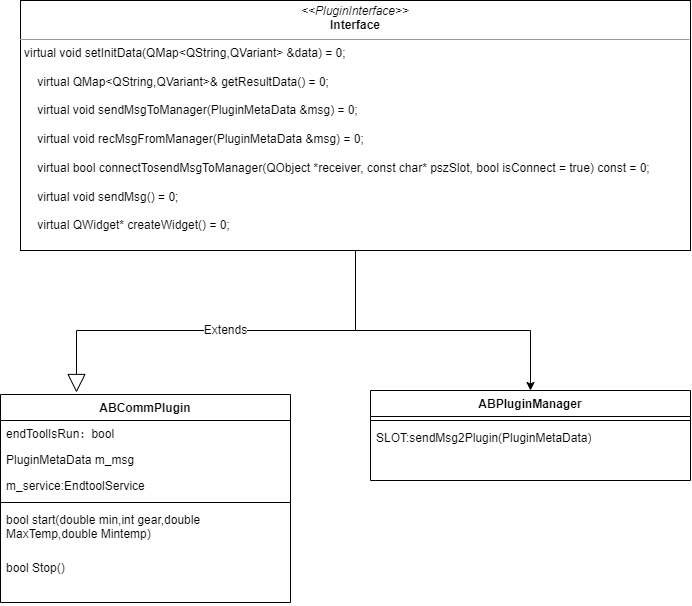
The draw.io diagram plugins.png in Durpe/Drawio, before a commit. Source tidied: cells renumbered, new cells last; positions are measured from the earlier drawing's top-left corner, leaving out a move shared by most shapes.
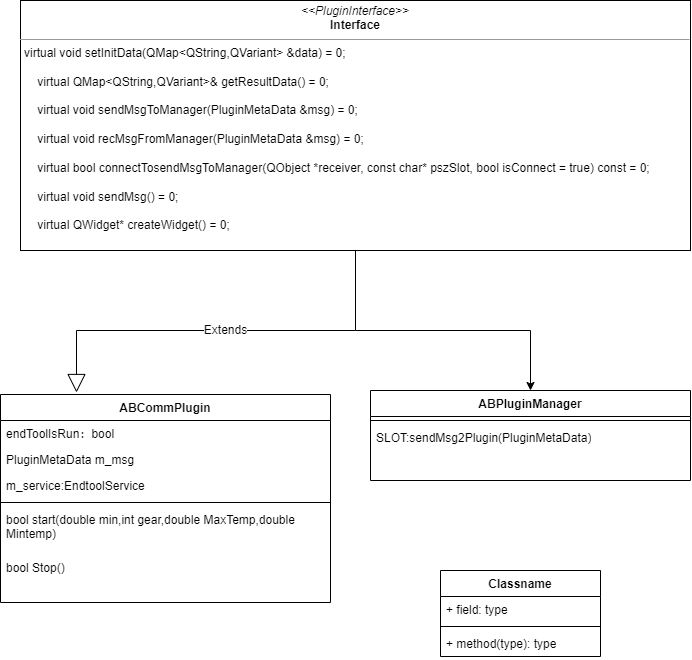
The same diagram one commit later.

Change to the diagram source:
```diff
@@ -32,25 +32,37 @@
       </mxGeometry>
     </mxCell>
     <mxCell id="8" value="ABCommPlugin" style="swimlane;fontStyle=1;align=center;verticalAlign=top;horizontal=1;startSize=26;whiteSpace=wrap;html=1;" parent="1" vertex="1">
-      <mxGeometry y="394" width="290" height="208" as="geometry" />
+      <mxGeometry y="394" width="330" height="208" as="geometry" />
     </mxCell>
     <mxCell id="9" value="endToolIsRun：bool" style="text;strokeColor=none;fillColor=none;align=left;verticalAlign=top;spacingLeft=4;spacingRight=4;overflow=hidden;whiteSpace=wrap;html=1;" parent="8" vertex="1">
-      <mxGeometry y="26" width="290" height="26" as="geometry" />
+      <mxGeometry y="26" width="330" height="26" as="geometry" />
     </mxCell>
     <mxCell id="10" value="PluginMetaData m_msg" style="text;strokeColor=none;fillColor=none;align=left;verticalAlign=top;spacingLeft=4;spacingRight=4;overflow=hidden;whiteSpace=wrap;html=1;" parent="8" vertex="1">
-      <mxGeometry y="52" width="290" height="26" as="geometry" />
+      <mxGeometry y="52" width="330" height="26" as="geometry" />
     </mxCell>
     <mxCell id="11" value="m_service:EndtoolService" style="text;strokeColor=none;fillColor=none;align=left;verticalAlign=top;spacingLeft=4;spacingRight=4;overflow=hidden;whiteSpace=wrap;html=1;" parent="8" vertex="1">
-      <mxGeometry y="78" width="290" height="26" as="geometry" />
+      <mxGeometry y="78" width="330" height="26" as="geometry" />
     </mxCell>
     <mxCell id="12" style="line;strokeWidth=1;fillColor=none;align=left;verticalAlign=middle;spacingTop=-1;spacingLeft=3;spacingRight=3;labelPosition=right;strokeColor=inherit;" parent="8" vertex="1">
-      <mxGeometry y="104" width="290" height="8" as="geometry" />
+      <mxGeometry y="104" width="330" height="8" as="geometry" />
     </mxCell>
     <mxCell id="13" value="&lt;div&gt;bool start(double min,int gear,double MaxTemp,double Mintemp)&lt;/div&gt;" style="text;strokeColor=none;fillColor=none;align=left;verticalAlign=top;spacingLeft=4;spacingRight=4;overflow=hidden;whiteSpace=wrap;html=1;" parent="8" vertex="1">
-      <mxGeometry y="112" width="290" height="48" as="geometry" />
+      <mxGeometry y="112" width="330" height="48" as="geometry" />
     </mxCell>
     <mxCell id="14" value="&lt;div&gt;bool Stop()&lt;/div&gt;" style="text;strokeColor=none;fillColor=none;align=left;verticalAlign=top;spacingLeft=4;spacingRight=4;overflow=hidden;whiteSpace=wrap;html=1;" parent="8" vertex="1">
-      <mxGeometry y="160" width="290" height="48" as="geometry" />
+      <mxGeometry y="160" width="330" height="48" as="geometry" />
     </mxCell>
+    <mxCell id="15" value="Classname" style="swimlane;fontStyle=1;align=center;verticalAlign=top;horizontal=1;startSize=26;whiteSpace=wrap;html=1;" parent="1" vertex="1">
+      <mxGeometry x="440" y="570" width="160" height="86" as="geometry" />
+    </mxCell>
+    <mxCell id="16" value="+ field: type" style="text;strokeColor=none;fillColor=none;align=left;verticalAlign=top;spacingLeft=4;spacingRight=4;overflow=hidden;whiteSpace=wrap;html=1;" parent="15" vertex="1">
+      <mxGeometry y="26" width="160" height="26" as="geometry" />
+    </mxCell>
+    <mxCell id="17" style="line;strokeWidth=1;fillColor=none;align=left;verticalAlign=middle;spacingTop=-1;spacingLeft=3;spacingRight=3;labelPosition=right;strokeColor=inherit;" parent="15" vertex="1">
+      <mxGeometry y="52" width="160" height="8" as="geometry" />
+    </mxCell>
+    <mxCell id="18" value="+ method(type): type" style="text;strokeColor=none;fillColor=none;align=left;verticalAlign=top;spacingLeft=4;spacingRight=4;overflow=hidden;whiteSpace=wrap;html=1;" parent="15" vertex="1">
+      <mxGeometry y="60" width="160" height="26" as="geometry" />
+    </mxCell>
   </root>
 </mxGraphModel>
```
